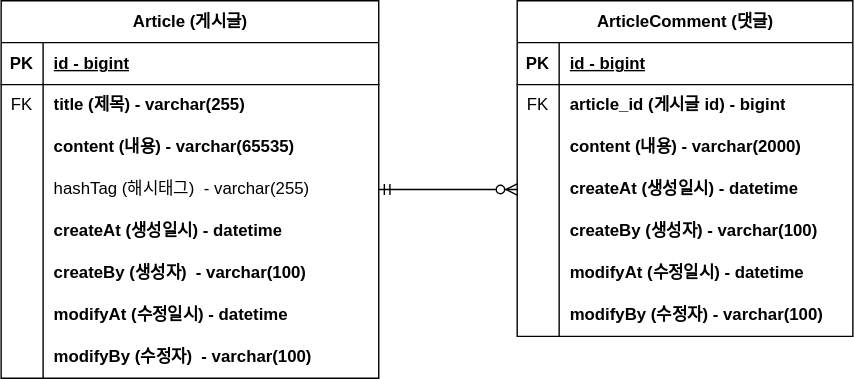
Earlier version of the draw.io export document/board-project-erd.svg (KHyeon9/fastcampus-project-board). Source tidied: cells renumbered, new cells last; positions are measured from the earlier drawing's top-left corner, leaving out a move shared by most shapes.
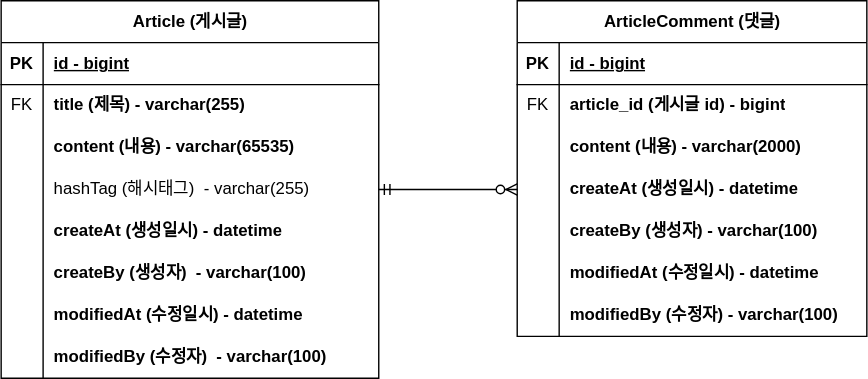
After the commit.

Diff of the diagram source:
```diff
@@ -65,7 +65,7 @@
     <mxCell id="22" style="shape=partialRectangle;fillColor=none;top=0;left=0;bottom=0;right=0;overflow=hidden;whiteSpace=wrap;html=1;" parent="21" vertex="1">
       <mxGeometry width="30" height="30" as="geometry" />
     </mxCell>
-    <mxCell id="23" value="modifyAt (수정일시) - datetime" style="shape=partialRectangle;fillColor=none;top=0;left=0;bottom=0;right=0;align=left;spacingLeft=6;overflow=hidden;whiteSpace=wrap;html=1;fontStyle=1;" parent="21" vertex="1">
+    <mxCell id="23" value="modifiedAt (수정일시) - datetime" style="shape=partialRectangle;fillColor=none;top=0;left=0;bottom=0;right=0;align=left;spacingLeft=6;overflow=hidden;whiteSpace=wrap;html=1;fontStyle=1;" parent="21" vertex="1">
       <mxGeometry x="30" width="240" height="30" as="geometry" />
     </mxCell>
     <mxCell id="24" style="shape=tableRow;horizontal=0;startSize=0;swimlaneHead=0;swimlaneBody=0;fillColor=none;top=0;left=0;right=0;bottom=0;" parent="2" vertex="1">
@@ -74,74 +74,74 @@
     <mxCell id="25" style="shape=partialRectangle;fillColor=none;top=0;left=0;bottom=0;right=0;overflow=hidden;whiteSpace=wrap;html=1;" parent="24" vertex="1">
       <mxGeometry width="30" height="30" as="geometry" />
     </mxCell>
-    <mxCell id="26" value="modifyBy (수정자)&amp;nbsp;&amp;nbsp;- varchar(100)" style="shape=partialRectangle;fillColor=none;top=0;left=0;bottom=0;right=0;align=left;spacingLeft=6;overflow=hidden;whiteSpace=wrap;html=1;fontStyle=1;" parent="24" vertex="1">
+    <mxCell id="26" value="modifiedBy (수정자)&amp;nbsp;&amp;nbsp;- varchar(100)" style="shape=partialRectangle;fillColor=none;top=0;left=0;bottom=0;right=0;align=left;spacingLeft=6;overflow=hidden;whiteSpace=wrap;html=1;fontStyle=1;" parent="24" vertex="1">
       <mxGeometry x="30" width="240" height="30" as="geometry" />
     </mxCell>
     <mxCell id="27" value="ArticleComment (댓글)" style="shape=table;startSize=30;rowLines=0;fontStyle=1;align=center;html=1;" parent="1" vertex="1">
-      <mxGeometry x="369" width="240" height="240" as="geometry" />
+      <mxGeometry x="369" width="250" height="240" as="geometry" />
     </mxCell>
     <mxCell id="28" style="shape=tableRow;horizontal=0;startSize=0;swimlaneHead=0;swimlaneBody=0;fillColor=none;top=0;left=0;right=0;bottom=1;" parent="27" vertex="1">
-      <mxGeometry y="30" width="240" height="30" as="geometry" />
+      <mxGeometry y="30" width="250" height="30" as="geometry" />
     </mxCell>
     <mxCell id="29" value="PK" style="shape=partialRectangle;fillColor=none;top=0;left=0;bottom=0;right=0;fontStyle=1;overflow=hidden;whiteSpace=wrap;html=1;" parent="28" vertex="1">
       <mxGeometry width="30" height="30" as="geometry" />
     </mxCell>
     <mxCell id="30" value="id - bigint" style="shape=partialRectangle;fillColor=none;top=0;left=0;bottom=0;right=0;align=left;spacingLeft=6;fontStyle=5;overflow=hidden;whiteSpace=wrap;html=1;" parent="28" vertex="1">
-      <mxGeometry x="30" width="210" height="30" as="geometry" />
+      <mxGeometry x="30" width="220" height="30" as="geometry" />
     </mxCell>
     <mxCell id="31" style="shape=tableRow;horizontal=0;startSize=0;swimlaneHead=0;swimlaneBody=0;fillColor=none;top=0;left=0;right=0;bottom=0;" parent="27" vertex="1">
-      <mxGeometry y="60" width="240" height="30" as="geometry" />
+      <mxGeometry y="60" width="250" height="30" as="geometry" />
     </mxCell>
     <mxCell id="32" value="FK" style="shape=partialRectangle;fillColor=none;top=0;left=0;bottom=0;right=0;overflow=hidden;whiteSpace=wrap;html=1;" parent="31" vertex="1">
       <mxGeometry width="30" height="30" as="geometry" />
     </mxCell>
     <mxCell id="33" value="article_id (게시글 id) - bigint" style="shape=partialRectangle;fillColor=none;top=0;left=0;bottom=0;right=0;align=left;spacingLeft=6;overflow=hidden;whiteSpace=wrap;html=1;fontStyle=1;" parent="31" vertex="1">
-      <mxGeometry x="30" width="210" height="30" as="geometry" />
+      <mxGeometry x="30" width="220" height="30" as="geometry" />
     </mxCell>
     <mxCell id="34" style="shape=tableRow;horizontal=0;startSize=0;swimlaneHead=0;swimlaneBody=0;fillColor=none;top=0;left=0;right=0;bottom=0;" parent="27" vertex="1">
-      <mxGeometry y="90" width="240" height="30" as="geometry" />
+      <mxGeometry y="90" width="250" height="30" as="geometry" />
     </mxCell>
     <mxCell id="35" style="shape=partialRectangle;fillColor=none;top=0;left=0;bottom=0;right=0;overflow=hidden;whiteSpace=wrap;html=1;" parent="34" vertex="1">
       <mxGeometry width="30" height="30" as="geometry" />
     </mxCell>
     <mxCell id="36" value="content (내용) - varchar(2000)" style="shape=partialRectangle;fillColor=none;top=0;left=0;bottom=0;right=0;align=left;spacingLeft=6;overflow=hidden;whiteSpace=wrap;html=1;fontStyle=1;" parent="34" vertex="1">
-      <mxGeometry x="30" width="210" height="30" as="geometry" />
+      <mxGeometry x="30" width="220" height="30" as="geometry" />
     </mxCell>
     <mxCell id="37" style="shape=tableRow;horizontal=0;startSize=0;swimlaneHead=0;swimlaneBody=0;fillColor=none;points=[[0,0.5],[1,0.5]];portConstraint=eastwest;top=0;left=0;right=0;bottom=0;" parent="27" vertex="1">
-      <mxGeometry y="120" width="240" height="30" as="geometry" />
+      <mxGeometry y="120" width="250" height="30" as="geometry" />
     </mxCell>
     <mxCell id="38" style="shape=partialRectangle;fillColor=none;top=0;left=0;bottom=0;right=0;overflow=hidden;whiteSpace=wrap;html=1;" parent="37" vertex="1">
       <mxGeometry width="30" height="30" as="geometry" />
     </mxCell>
     <mxCell id="39" value="createAt (생성일시) - datetime" style="shape=partialRectangle;fillColor=none;top=0;left=0;bottom=0;right=0;align=left;spacingLeft=6;overflow=hidden;whiteSpace=wrap;html=1;fontStyle=1;" parent="37" vertex="1">
-      <mxGeometry x="30" width="210" height="30" as="geometry" />
+      <mxGeometry x="30" width="220" height="30" as="geometry" />
     </mxCell>
     <mxCell id="40" style="shape=tableRow;horizontal=0;startSize=0;swimlaneHead=0;swimlaneBody=0;fillColor=none;top=0;left=0;right=0;bottom=0;" parent="27" vertex="1">
-      <mxGeometry y="150" width="240" height="30" as="geometry" />
+      <mxGeometry y="150" width="250" height="30" as="geometry" />
     </mxCell>
     <mxCell id="41" style="shape=partialRectangle;fillColor=none;top=0;left=0;bottom=0;right=0;overflow=hidden;whiteSpace=wrap;html=1;" parent="40" vertex="1">
       <mxGeometry width="30" height="30" as="geometry" />
     </mxCell>
     <mxCell id="42" value="createBy (생성자) - varchar(100)" style="shape=partialRectangle;fillColor=none;top=0;left=0;bottom=0;right=0;align=left;spacingLeft=6;overflow=hidden;whiteSpace=wrap;html=1;fontStyle=1;" parent="40" vertex="1">
-      <mxGeometry x="30" width="210" height="30" as="geometry" />
+      <mxGeometry x="30" width="220" height="30" as="geometry" />
     </mxCell>
     <mxCell id="43" style="shape=tableRow;horizontal=0;startSize=0;swimlaneHead=0;swimlaneBody=0;fillColor=none;top=0;left=0;right=0;bottom=0;" parent="27" vertex="1">
-      <mxGeometry y="180" width="240" height="30" as="geometry" />
+      <mxGeometry y="180" width="250" height="30" as="geometry" />
     </mxCell>
     <mxCell id="44" style="shape=partialRectangle;fillColor=none;top=0;left=0;bottom=0;right=0;overflow=hidden;whiteSpace=wrap;html=1;" parent="43" vertex="1">
       <mxGeometry width="30" height="30" as="geometry" />
     </mxCell>
-    <mxCell id="45" value="modifyAt (수정일시) - datetime" style="shape=partialRectangle;fillColor=none;top=0;left=0;bottom=0;right=0;align=left;spacingLeft=6;overflow=hidden;whiteSpace=wrap;html=1;fontStyle=1;" parent="43" vertex="1">
-      <mxGeometry x="30" width="210" height="30" as="geometry" />
+    <mxCell id="45" value="modifiedAt (수정일시) - datetime" style="shape=partialRectangle;fillColor=none;top=0;left=0;bottom=0;right=0;align=left;spacingLeft=6;overflow=hidden;whiteSpace=wrap;html=1;fontStyle=1;" parent="43" vertex="1">
+      <mxGeometry x="30" width="220" height="30" as="geometry" />
     </mxCell>
     <mxCell id="46" style="shape=tableRow;horizontal=0;startSize=0;swimlaneHead=0;swimlaneBody=0;fillColor=none;top=0;left=0;right=0;bottom=0;" parent="27" vertex="1">
-      <mxGeometry y="210" width="240" height="30" as="geometry" />
+      <mxGeometry y="210" width="250" height="30" as="geometry" />
     </mxCell>
     <mxCell id="47" style="shape=partialRectangle;fillColor=none;top=0;left=0;bottom=0;right=0;overflow=hidden;whiteSpace=wrap;html=1;" parent="46" vertex="1">
       <mxGeometry width="30" height="30" as="geometry" />
     </mxCell>
-    <mxCell id="48" value="modifyBy (수정자)&amp;nbsp;- varchar(100)" style="shape=partialRectangle;fillColor=none;top=0;left=0;bottom=0;right=0;align=left;spacingLeft=6;overflow=hidden;whiteSpace=wrap;html=1;fontStyle=1;" parent="46" vertex="1">
-      <mxGeometry x="30" width="210" height="30" as="geometry" />
+    <mxCell id="48" value="modifiedBy (수정자)&amp;nbsp;- varchar(100)" style="shape=partialRectangle;fillColor=none;top=0;left=0;bottom=0;right=0;align=left;spacingLeft=6;overflow=hidden;whiteSpace=wrap;html=1;fontStyle=1;" parent="46" vertex="1">
+      <mxGeometry x="30" width="220" height="30" as="geometry" />
     </mxCell>
     <mxCell id="49" style="edgeStyle=entityRelationEdgeStyle;fontSize=12;html=1;endArrow=ERzeroToMany;startArrow=ERmandOne;rounded=0;exitX=1;exitY=0.5;exitDx=0;exitDy=0;entryX=0;entryY=0.5;entryDx=0;entryDy=0;" parent="1" edge="1" source="12" target="37">
       <mxGeometry relative="1" as="geometry" />
```
